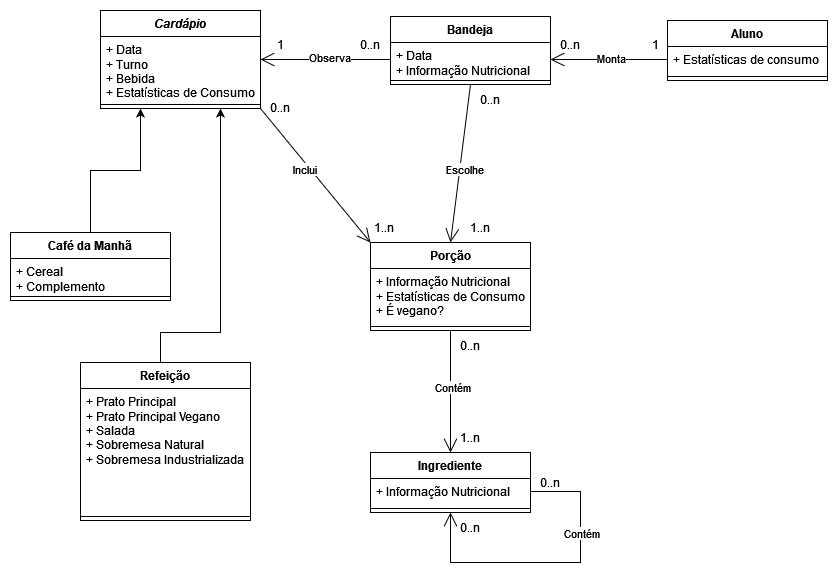
Before: lab02/images/UML_Restaurante.png, a diagram exported from draw.io (uniaovasko/vasco). Source tidied: cells renumbered, new cells last; positions are measured from the earlier drawing's top-left corner, leaving out a move shared by most shapes.
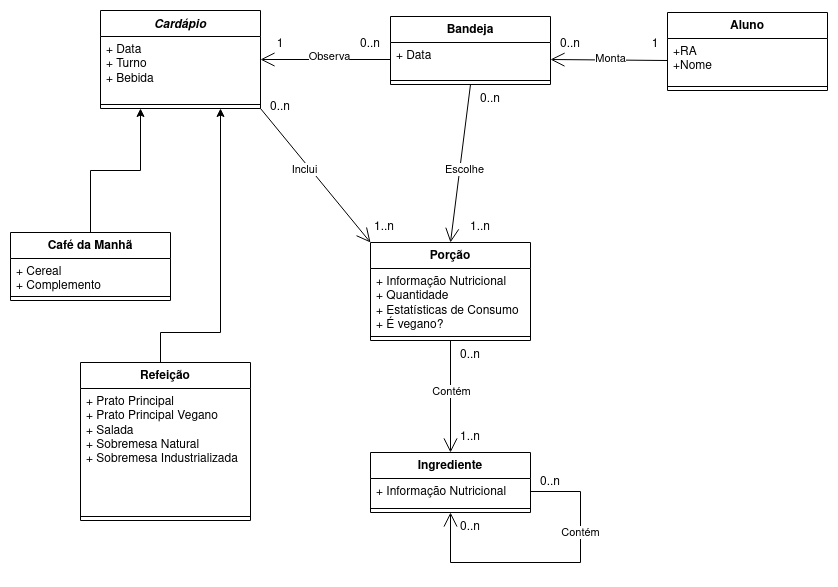
Later version of the same file.

Diff of the diagram source:
```diff
@@ -62,38 +62,38 @@
     <mxCell id="18" value="Bandeja" style="swimlane;fontStyle=1;align=center;verticalAlign=top;horizontal=1;startSize=26;whiteSpace=wrap;html=1;" parent="1" vertex="1">
       <mxGeometry x="380" y="6" width="160" height="68" as="geometry" />
     </mxCell>
-    <mxCell id="19" value="&lt;div&gt;+ Data&lt;/div&gt;&lt;div&gt;+ Informação Nutricional&lt;br&gt;&lt;/div&gt;" style="text;strokeColor=none;fillColor=none;align=left;verticalAlign=top;spacingLeft=4;spacingRight=4;overflow=hidden;points=[[0,0.5],[1,0.5]];portConstraint=eastwest;whiteSpace=wrap;html=1;" parent="18" vertex="1">
+    <mxCell id="19" value="&lt;div&gt;+ Data&lt;/div&gt;" style="text;strokeColor=none;fillColor=none;align=left;verticalAlign=top;spacingLeft=4;spacingRight=4;overflow=hidden;points=[[0,0.5],[1,0.5]];portConstraint=eastwest;whiteSpace=wrap;html=1;" parent="18" vertex="1">
       <mxGeometry y="26" width="160" height="34" as="geometry" />
     </mxCell>
     <mxCell id="20" style="line;strokeWidth=1;fillColor=none;align=left;verticalAlign=middle;spacingTop=-1;spacingLeft=3;spacingRight=3;labelPosition=right;strokeColor=inherit;" parent="18" vertex="1">
       <mxGeometry y="60" width="160" height="8" as="geometry" />
     </mxCell>
     <mxCell id="21" value="Aluno" style="swimlane;fontStyle=1;align=center;verticalAlign=top;horizontal=1;startSize=26;whiteSpace=wrap;html=1;" parent="1" vertex="1">
-      <mxGeometry x="657" y="10" width="160" height="60" as="geometry" />
+      <mxGeometry x="657" y="2" width="160" height="78" as="geometry" />
     </mxCell>
-    <mxCell id="22" value="+ Estatísticas de consumo" style="text;strokeColor=none;fillColor=none;align=left;verticalAlign=top;spacingLeft=4;spacingRight=4;overflow=hidden;points=[[0,0.5],[1,0.5]];portConstraint=eastwest;whiteSpace=wrap;html=1;" parent="21" vertex="1">
-      <mxGeometry y="26" width="160" height="26" as="geometry" />
+    <mxCell id="22" value="&lt;div&gt;+RA&lt;/div&gt;&lt;div&gt;+Nome&lt;br&gt;&lt;/div&gt;" style="text;strokeColor=none;fillColor=none;align=left;verticalAlign=top;spacingLeft=4;spacingRight=4;overflow=hidden;points=[[0,0.5],[1,0.5]];portConstraint=eastwest;whiteSpace=wrap;html=1;" parent="21" vertex="1">
+      <mxGeometry y="26" width="160" height="44" as="geometry" />
     </mxCell>
     <mxCell id="23" style="line;strokeWidth=1;fillColor=none;align=left;verticalAlign=middle;spacingTop=-1;spacingLeft=3;spacingRight=3;labelPosition=right;strokeColor=inherit;" parent="21" vertex="1">
-      <mxGeometry y="52" width="160" height="8" as="geometry" />
+      <mxGeometry y="70" width="160" height="8" as="geometry" />
     </mxCell>
     <mxCell id="24" value="&lt;i&gt;Cardápio&lt;/i&gt;" style="swimlane;fontStyle=1;align=center;verticalAlign=top;horizontal=1;startSize=26;whiteSpace=wrap;html=1;" parent="1" vertex="1">
       <mxGeometry x="90" width="160" height="98" as="geometry" />
     </mxCell>
-    <mxCell id="25" value="&lt;div&gt;+ Data&lt;/div&gt;&lt;div&gt;+ Turno&lt;/div&gt;&lt;div&gt;+ Bebida&lt;br&gt;&lt;/div&gt;&lt;div&gt;+ Estatísticas de Consumo&lt;br&gt;&lt;/div&gt;" style="text;strokeColor=none;fillColor=none;align=left;verticalAlign=top;spacingLeft=4;spacingRight=4;overflow=hidden;whiteSpace=wrap;html=1;" parent="24" vertex="1">
+    <mxCell id="25" value="&lt;div&gt;+ Data&lt;/div&gt;&lt;div&gt;+ Turno&lt;/div&gt;&lt;div&gt;+ Bebida&lt;br&gt;&lt;/div&gt;&lt;div&gt;&lt;br&gt;&lt;/div&gt;" style="text;strokeColor=none;fillColor=none;align=left;verticalAlign=top;spacingLeft=4;spacingRight=4;overflow=hidden;whiteSpace=wrap;html=1;" parent="24" vertex="1">
       <mxGeometry y="26" width="160" height="64" as="geometry" />
     </mxCell>
     <mxCell id="26" style="line;strokeWidth=1;fillColor=none;align=left;verticalAlign=middle;spacingTop=-1;spacingLeft=3;spacingRight=3;labelPosition=right;strokeColor=inherit;" parent="24" vertex="1">
       <mxGeometry y="90" width="160" height="8" as="geometry" />
     </mxCell>
     <mxCell id="27" value="Porção" style="swimlane;fontStyle=1;align=center;verticalAlign=top;horizontal=1;startSize=26;whiteSpace=wrap;html=1;" parent="1" vertex="1">
-      <mxGeometry x="360" y="232" width="160" height="88" as="geometry" />
+      <mxGeometry x="360" y="232" width="160" height="98" as="geometry" />
     </mxCell>
-    <mxCell id="28" value="&lt;div&gt;+ Informação Nutricional&lt;/div&gt;&lt;div&gt;+ Estatísticas de Consumo&lt;/div&gt;&lt;div&gt;+ É vegano?&lt;br&gt;&lt;/div&gt;" style="text;strokeColor=none;fillColor=none;align=left;verticalAlign=top;spacingLeft=4;spacingRight=4;overflow=hidden;whiteSpace=wrap;html=1;" parent="27" vertex="1">
-      <mxGeometry y="26" width="160" height="54" as="geometry" />
+    <mxCell id="28" value="&lt;div&gt;+ Informação Nutricional&lt;/div&gt;&lt;div&gt;+ Quantidade&lt;br&gt;&lt;/div&gt;&lt;div&gt;+ Estatísticas de Consumo&lt;/div&gt;&lt;div&gt;+ É vegano?&lt;br&gt;&lt;/div&gt;" style="text;strokeColor=none;fillColor=none;align=left;verticalAlign=top;spacingLeft=4;spacingRight=4;overflow=hidden;whiteSpace=wrap;html=1;" parent="27" vertex="1">
+      <mxGeometry y="26" width="160" height="64" as="geometry" />
     </mxCell>
     <mxCell id="29" style="line;strokeWidth=1;fillColor=none;align=left;verticalAlign=middle;spacingTop=-1;spacingLeft=3;spacingRight=3;labelPosition=right;strokeColor=inherit;" parent="27" vertex="1">
-      <mxGeometry y="80" width="160" height="8" as="geometry" />
+      <mxGeometry y="90" width="160" height="8" as="geometry" />
     </mxCell>
     <mxCell id="30" value="Ingrediente" style="swimlane;fontStyle=1;align=center;verticalAlign=top;horizontal=1;startSize=26;whiteSpace=wrap;html=1;" parent="1" vertex="1">
       <mxGeometry x="360" y="442" width="160" height="60" as="geometry" />
@@ -151,7 +151,7 @@
       <mxGeometry x="240" y="82" width="60" height="30" as="geometry" />
     </mxCell>
     <mxCell id="45" value="0..n" style="text;html=1;strokeColor=none;fillColor=none;align=center;verticalAlign=middle;whiteSpace=wrap;rounded=0;" parent="1" vertex="1">
-      <mxGeometry x="430" y="320" width="60" height="30" as="geometry" />
+      <mxGeometry x="430" y="330" width="60" height="30" as="geometry" />
     </mxCell>
     <mxCell id="46" value="1..n" style="text;html=1;strokeColor=none;fillColor=none;align=center;verticalAlign=middle;whiteSpace=wrap;rounded=0;" parent="1" vertex="1">
       <mxGeometry x="430" y="412" width="60" height="30" as="geometry" />
```
